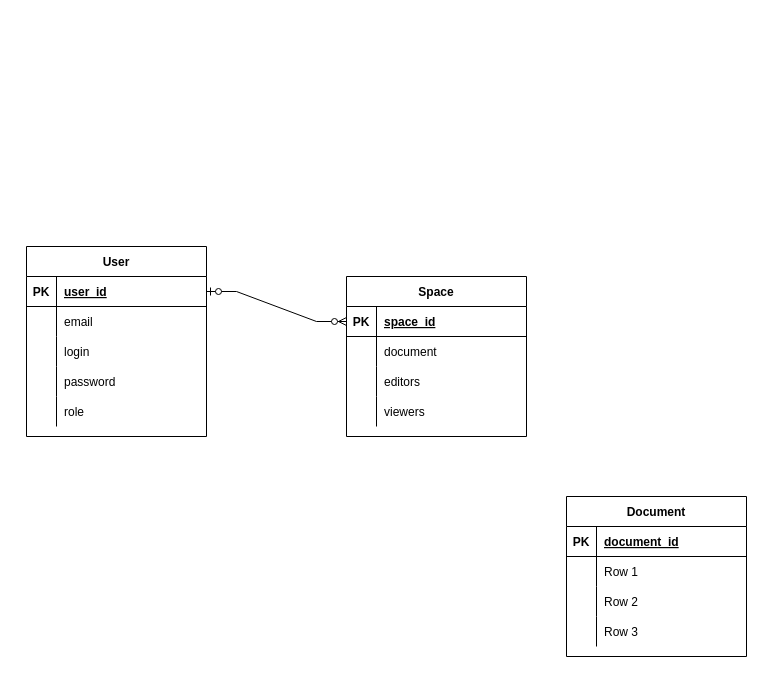
The draw.io diagram src/main/resources/templates/drawio/Entity_relation_diagram.drawio in Fischerskii/shamal-notepad, before the edit. Source tidied: cells renumbered, new cells numbered last; positions are measured from the earlier drawing's top-left corner, leaving out a move shared by most shapes. Both pictures are drawn from the tidied source at 100%, with x=0, y=0 at pixel (26, 246).
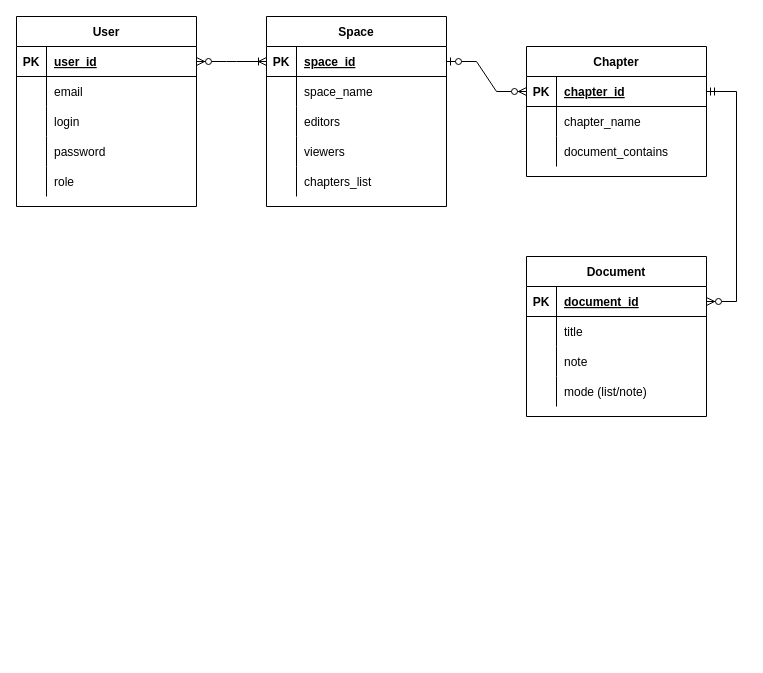
The same diagram, later.

Unchanged cells that the change refers to:
```xml
<mxCell id="3" style="shape=tableRow;horizontal=0;startSize=0;swimlaneHead=0;swimlaneBody=0;fillColor=none;points=[[0,0.5],[1,0.5]];portConstraint=eastwest;top=0;left=0;right=0;bottom=1;" parent="2" vertex="1">
  <mxGeometry y="30" width="180" height="30" as="geometry" />
</mxCell>
<mxCell id="19" style="shape=tableRow;horizontal=0;startSize=0;swimlaneHead=0;swimlaneBody=0;fillColor=none;points=[[0,0.5],[1,0.5]];portConstraint=eastwest;top=0;left=0;right=0;bottom=1;" parent="18" vertex="1">
  <mxGeometry y="30" width="180" height="30" as="geometry" />
</mxCell>
<mxCell id="22" style="shape=tableRow;horizontal=0;startSize=0;swimlaneHead=0;swimlaneBody=0;fillColor=none;top=0;left=0;right=0;bottom=0;" parent="18" vertex="1">
  <mxGeometry y="60" width="180" height="30" as="geometry" />
</mxCell>
<mxCell id="33" style="shape=partialRectangle;fillColor=none;top=0;left=0;bottom=1;right=0;points=[[0,0.5],[1,0.5]];portConstraint=eastwest;" parent="32" vertex="1">
  <mxGeometry y="30" width="180" height="30" as="geometry" />
</mxCell>
<mxCell id="36" style="shape=partialRectangle;fillColor=none;top=0;left=0;bottom=0;right=0;" parent="32" vertex="1">
  <mxGeometry y="60" width="180" height="30" as="geometry" />
</mxCell>
<mxCell id="39" style="shape=partialRectangle;fillColor=none;top=0;left=0;bottom=0;right=0;" parent="32" vertex="1">
  <mxGeometry y="90" width="180" height="30" as="geometry" />
</mxCell>
```

Diff of the diagram source:
```diff
@@
     <mxCell id="2" value="User" style="shape=table;startSize=30;childLayout=tableLayout;rowLines=0;fontStyle=1;align=center;" parent="1" vertex="1">
-      <mxGeometry width="180" height="190" as="geometry" />
+      <mxGeometry x="-10" y="-230" width="180" height="190" as="geometry" />
     </mxCell>
@@
     <mxCell id="18" value="Space" style="shape=table;startSize=30;childLayout=tableLayout;rowLines=0;fontStyle=1;align=center;" parent="1" vertex="1">
-      <mxGeometry x="320" y="30" width="180" height="160" as="geometry" />
+      <mxGeometry x="240" y="-230" width="180" height="190" as="geometry" />
     </mxCell>
@@
-    <mxCell id="24" value="document" style="shape=partialRectangle;fillColor=none;top=0;left=0;bottom=0;right=0;align=left;spacingLeft=6;overflow=hidden;" parent="22" vertex="1">
+    <mxCell id="24" value="space_name" style="shape=partialRectangle;fillColor=none;top=0;left=0;bottom=0;right=0;align=left;spacingLeft=6;overflow=hidden;" parent="22" vertex="1">
       <mxGeometry x="30" width="150" height="30" as="geometry" />
     </mxCell>
@@
-    <mxCell id="31" style="edgeStyle=entityRelationEdgeStyle;fontSize=12;html=1;endArrow=ERzeroToMany;startArrow=ERzeroToOne;rounded=0;exitX=1;exitY=0.5;exitDx=0;exitDy=0;entryX=0;entryY=0.5;entryDx=0;entryDy=0;" parent="1" edge="1" source="3" target="19">
-      <mxGeometry relative="1" as="geometry" />
-    </mxCell>
+    <mxCell id="45" style="shape=tableRow;horizontal=0;startSize=0;swimlaneHead=0;swimlaneBody=0;fillColor=none;top=0;left=0;right=0;bottom=0;" parent="18" vertex="1">
+      <mxGeometry y="150" width="180" height="30" as="geometry" />
+    </mxCell>
+    <mxCell id="46" style="shape=partialRectangle;fillColor=none;top=0;left=0;bottom=0;right=0;overflow=hidden;" parent="45" vertex="1">
+      <mxGeometry width="30" height="30" as="geometry" />
+    </mxCell>
+    <mxCell id="47" value="chapters_list" style="shape=partialRectangle;fillColor=none;top=0;left=0;bottom=0;right=0;align=left;spacingLeft=6;overflow=hidden;" parent="45" vertex="1">
+      <mxGeometry x="30" width="150" height="30" as="geometry" />
+    </mxCell>
-    <mxCell id="32" value="Document" style="shape=table;startSize=30;childLayout=tableLayout;rowLines=0;fontStyle=1;align=center;" parent="1" vertex="1">
-      <mxGeometry x="540" y="250" width="180" height="160" as="geometry" />
+    <mxCell id="32" value="Chapter" style="shape=table;startSize=30;childLayout=tableLayout;rowLines=0;fontStyle=1;align=center;" parent="1" vertex="1">
+      <mxGeometry x="500" y="-200" width="180" height="130" as="geometry" />
     </mxCell>
@@
-    <mxCell id="35" value="document_id" style="shape=partialRectangle;fillColor=none;top=0;left=0;bottom=0;right=0;align=left;spacingLeft=6;fontStyle=5;overflow=hidden;" parent="33" vertex="1">
+    <mxCell id="35" value="chapter_id" style="shape=partialRectangle;fillColor=none;top=0;left=0;bottom=0;right=0;align=left;spacingLeft=6;fontStyle=5;overflow=hidden;" parent="33" vertex="1">
       <mxGeometry x="30" width="150" height="30" as="geometry" />
     </mxCell>
@@
-    <mxCell id="38" value="Row 1" style="shape=partialRectangle;fillColor=none;top=0;left=0;bottom=0;right=0;align=left;spacingLeft=6;overflow=hidden;" parent="36" vertex="1">
+    <mxCell id="38" value="chapter_name" style="shape=partialRectangle;fillColor=none;top=0;left=0;bottom=0;right=0;align=left;spacingLeft=6;overflow=hidden;" parent="36" vertex="1">
       <mxGeometry x="30" width="150" height="30" as="geometry" />
     </mxCell>
@@
-    <mxCell id="41" value="Row 2" style="shape=partialRectangle;fillColor=none;top=0;left=0;bottom=0;right=0;align=left;spacingLeft=6;overflow=hidden;" parent="39" vertex="1">
+    <mxCell id="41" value="document_contains" style="shape=partialRectangle;fillColor=none;top=0;left=0;bottom=0;right=0;align=left;spacingLeft=6;overflow=hidden;" parent="39" vertex="1">
       <mxGeometry x="30" width="150" height="30" as="geometry" />
     </mxCell>
+    <mxCell id="48" value="Document" style="shape=table;startSize=30;childLayout=tableLayout;rowLines=0;fontStyle=1;align=center;" parent="1" vertex="1">
+      <mxGeometry x="500" y="10" width="180" height="160" as="geometry" />
+    </mxCell>
+    <mxCell id="49" style="shape=partialRectangle;fillColor=none;top=0;left=0;bottom=1;right=0;points=[[0,0.5],[1,0.5]];portConstraint=eastwest;" parent="48" vertex="1">
+      <mxGeometry y="30" width="180" height="30" as="geometry" />
+    </mxCell>
+    <mxCell id="50" value="PK" style="shape=partialRectangle;fillColor=none;top=0;left=0;bottom=0;right=0;fontStyle=1;overflow=hidden;" parent="49" vertex="1">
+      <mxGeometry width="30" height="30" as="geometry" />
+    </mxCell>
+    <mxCell id="51" value="document_id" style="shape=partialRectangle;fillColor=none;top=0;left=0;bottom=0;right=0;align=left;spacingLeft=6;fontStyle=5;overflow=hidden;" parent="49" vertex="1">
+      <mxGeometry x="30" width="150" height="30" as="geometry" />
+    </mxCell>
+    <mxCell id="52" style="shape=partialRectangle;fillColor=none;top=0;left=0;bottom=0;right=0;" parent="48" vertex="1">
+      <mxGeometry y="60" width="180" height="30" as="geometry" />
+    </mxCell>
+    <mxCell id="53" style="shape=partialRectangle;fillColor=none;top=0;left=0;bottom=0;right=0;overflow=hidden;" parent="52" vertex="1">
+      <mxGeometry width="30" height="30" as="geometry" />
+    </mxCell>
+    <mxCell id="54" value="title" style="shape=partialRectangle;fillColor=none;top=0;left=0;bottom=0;right=0;align=left;spacingLeft=6;overflow=hidden;" parent="52" vertex="1">
+      <mxGeometry x="30" width="150" height="30" as="geometry" />
+    </mxCell>
+    <mxCell id="55" style="shape=partialRectangle;fillColor=none;top=0;left=0;bottom=0;right=0;" parent="48" vertex="1">
+      <mxGeometry y="90" width="180" height="30" as="geometry" />
+    </mxCell>
+    <mxCell id="56" style="shape=partialRectangle;fillColor=none;top=0;left=0;bottom=0;right=0;overflow=hidden;" parent="55" vertex="1">
+      <mxGeometry width="30" height="30" as="geometry" />
+    </mxCell>
+    <mxCell id="57" value="note" style="shape=partialRectangle;fillColor=none;top=0;left=0;bottom=0;right=0;align=left;spacingLeft=6;overflow=hidden;" parent="55" vertex="1">
+      <mxGeometry x="30" width="150" height="30" as="geometry" />
+    </mxCell>
-    <mxCell id="42" style="shape=partialRectangle;fillColor=none;top=0;left=0;bottom=0;right=0;" parent="32" vertex="1">
+    <mxCell id="42" style="shape=partialRectangle;fillColor=none;top=0;left=0;bottom=0;right=0;" parent="48" vertex="1">
       <mxGeometry y="120" width="180" height="30" as="geometry" />
     </mxCell>
-    <mxCell id="43" style="shape=partialRectangle;fillColor=none;top=0;left=0;bottom=0;right=0;overflow=hidden;" parent="42" vertex="1">
-      <mxGeometry width="30" height="30" as="geometry" />
-    </mxCell>
-    <mxCell id="44" value="Row 3" style="shape=partialRectangle;fillColor=none;top=0;left=0;bottom=0;right=0;align=left;spacingLeft=6;overflow=hidden;" parent="42" vertex="1">
-      <mxGeometry x="30" width="150" height="30" as="geometry" />
-    </mxCell>
+    <mxCell id="58" style="shape=partialRectangle;fillColor=none;top=0;left=0;bottom=0;right=0;overflow=hidden;" parent="42" vertex="1">
+      <mxGeometry width="30" height="30" as="geometry" />
+    </mxCell>
+    <mxCell id="59" value="mode (list/note)" style="shape=partialRectangle;fillColor=none;top=0;left=0;bottom=0;right=0;align=left;spacingLeft=6;overflow=hidden;" parent="42" vertex="1">
+      <mxGeometry x="30" width="150" height="30" as="geometry" />
+    </mxCell>
+    <mxCell id="31" style="edgeStyle=entityRelationEdgeStyle;fontSize=12;html=1;endArrow=ERoneToMany;startArrow=ERzeroToMany;rounded=0;exitX=1;exitY=0.5;exitDx=0;exitDy=0;entryX=0;entryY=0.5;entryDx=0;entryDy=0;" parent="1" edge="1" source="3" target="19">
+      <mxGeometry relative="1" as="geometry" />
+    </mxCell>
+    <mxCell id="60" style="edgeStyle=entityRelationEdgeStyle;fontSize=12;html=1;endArrow=ERzeroToMany;startArrow=ERzeroToOne;rounded=0;entryX=0;entryY=0.5;entryDx=0;entryDy=0;exitX=1;exitY=0.5;exitDx=0;exitDy=0;" parent="1" edge="1" source="19" target="33">
+      <mxGeometry relative="1" as="geometry" />
+    </mxCell>
+    <mxCell id="61" style="edgeStyle=entityRelationEdgeStyle;fontSize=12;html=1;endArrow=ERzeroToMany;startArrow=ERmandOne;rounded=0;exitX=1;exitY=0.5;exitDx=0;exitDy=0;entryX=1;entryY=0.5;entryDx=0;entryDy=0;" parent="1" edge="1" source="33" target="49">
+      <mxGeometry relative="1" as="geometry" />
+    </mxCell>
```
